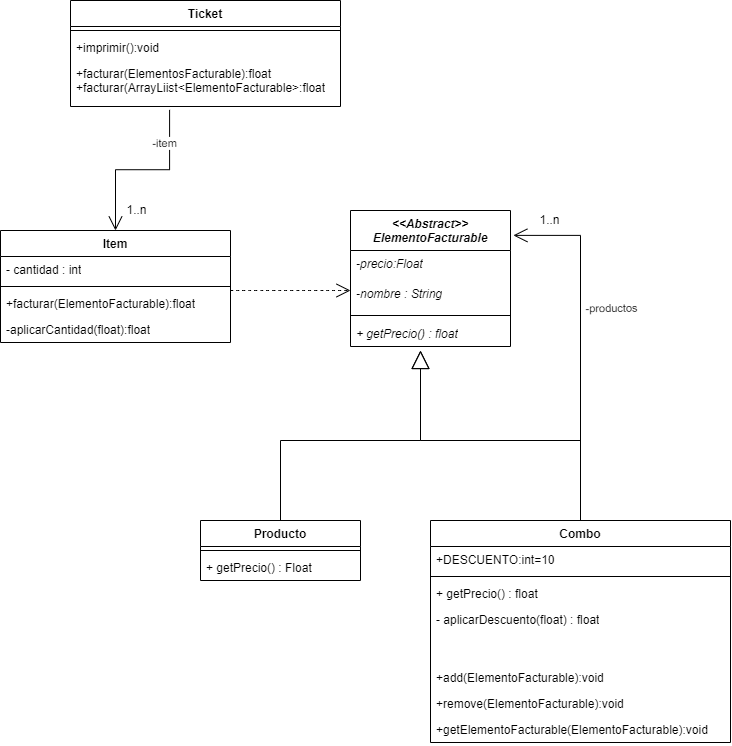
Earlier version of the draw.io export tp4-combos/composite.pr2_tp3-uml .drawio.png (lautaro2034/pr2). Source tidied: cells renumbered, new cells last; positions are measured from the earlier drawing's top-left corner, leaving out a move shared by most shapes. Source of this version:
```xml
<mxGraphModel>
  <root>
    <mxCell id="0" />
    <mxCell id="1" parent="0" />
    <mxCell id="2" value="Producto" style="swimlane;fontStyle=1;align=center;verticalAlign=top;horizontal=1;startSize=26;whiteSpace=wrap;html=1;" parent="1" vertex="1">
      <mxGeometry x="200" y="520" width="160" height="60" as="geometry" />
    </mxCell>
    <mxCell id="3" style="line;strokeWidth=1;fillColor=none;align=left;verticalAlign=middle;spacingTop=-1;spacingLeft=3;spacingRight=3;labelPosition=right;strokeColor=inherit;" parent="2" vertex="1">
      <mxGeometry y="26" width="160" height="8" as="geometry" />
    </mxCell>
    <mxCell id="4" value="+ getPrecio() : Float" style="text;strokeColor=none;fillColor=none;align=left;verticalAlign=top;spacingLeft=4;spacingRight=4;overflow=hidden;whiteSpace=wrap;html=1;" parent="2" vertex="1">
      <mxGeometry y="34" width="160" height="26" as="geometry" />
    </mxCell>
    <mxCell id="5" value="Ticket" style="swimlane;fontStyle=1;align=center;verticalAlign=top;horizontal=1;startSize=26;whiteSpace=wrap;html=1;" parent="1" vertex="1">
      <mxGeometry x="70" width="270" height="106" as="geometry" />
    </mxCell>
    <mxCell id="6" style="line;strokeWidth=1;fillColor=none;align=left;verticalAlign=middle;spacingTop=-1;spacingLeft=3;spacingRight=3;labelPosition=right;strokeColor=inherit;" parent="5" vertex="1">
      <mxGeometry y="26" width="270" height="8" as="geometry" />
    </mxCell>
    <mxCell id="7" value="+imprimir():void" style="text;strokeColor=none;fillColor=none;align=left;verticalAlign=top;spacingLeft=4;spacingRight=4;overflow=hidden;whiteSpace=wrap;html=1;" parent="5" vertex="1">
      <mxGeometry y="34" width="270" height="26" as="geometry" />
    </mxCell>
    <mxCell id="8" value="+facturar(ElementosFacturable):float&lt;span style=&quot;color: rgba(0, 0, 0, 0); font-family: monospace; font-size: 0px; text-wrap: nowrap;&quot;&gt;%3CmxGraphModel%3E%3Croot%3E%3CmxCell%20id%3D%220%22%2F%3E%3CmxCell%20id%3D%221%22%20parent%3D%220%22%2F%3E%3CmxCell%20id%3D%222%22%20value%3D%22%2Badd(Ele%26lt%3Bspan%20style%3D%26quot%3Bcolor%3A%20rgba(0%2C%200%2C%200%2C%200)%3B%20font-family%3A%20monospace%3B%20font-size%3A%200px%3B%20text-wrap%3A%20nowrap%3B%26quot%3B%26gt%3B%253CmxGraphModel%253E%253Croot%253E%253CmxCell%2520id%253D%25220%2522%252F%253E%253CmxCell%2520id%253D%25221%2522%2520parent%253D%25220%2522%252F%253E%253CmxCell%2520id%253D%25222%2522%2520value%253D%2522%252B%2520getPrecio()%2520%253A%2520float%2522%2520style%253D%2522text%253BstrokeColor%253Dnone%253BfillColor%253Dnone%253Balign%253Dleft%253BverticalAlign%253Dtop%253BspacingLeft%253D4%253BspacingRight%253D4%253Boverflow%253Dhidden%253Brotatable%253D0%253Bpoints%253D%255B%255B0%252C0.5%255D%252C%255B1%252C0.5%255D%255D%253BportConstraint%253Deastwest%253BwhiteSpace%253Dwrap%253Bhtml%253D1%253B%2522%2520vertex%253D%25221%2522%2520parent%253D%25221%2522%253E%253CmxGeometry%2520x%253D%2522470%2522%2520y%253D%2522380%2522%2520width%253D%2522200%2522%2520height%253D%252226%2522%2520as%253D%2522geometry%2522%252F%253E%253C%252FmxCell%253E%253C%252Froot%253E%253C%252FmxGraphModel%253E%26lt%3B%2Fspan%26gt%3BmentoFacturable)%3Avoid%26lt%3Bspan%20style%3D%26quot%3Bcolor%3A%20rgba(0%2C%200%2C%200%2C%200)%3B%20font-family%3A%20monospace%3B%20font-size%3A%200px%3B%20text-wrap%3A%20nowrap%3B%26quot%3B%26gt%3B%253CmxGraphModel%253E%253Croot%253E%253CmxCell%2520id%253D%25220%2522%252F%253E%253CmxCell%2520id%253D%25221%2522%2520parent%253D%25220%2522%252F%253E%253CmxCell%2520id%253D%25222%2522%2520value%253D%2522%252B%2520getPrecio()%2520%253A%2520float%2522%2520style%253D%2522text%253BstrokeColor%253Dnone%253BfillColor%253Dnone%253Balign%253Dleft%253BverticalAlign%253Dtop%253BspacingLeft%253D4%253BspacingRight%253D4%253Boverflow%253Dhidden%253Brotatable%253D0%253Bpoints%253D%255B%255B0%252C0.5%255D%252C%255B1%252C0.5%255D%255D%253BportConstraint%253Deastwest%253BwhiteSpace%253Dwrap%253Bhtml%253D1%253B%2522%2520vertex%253D%25221%2522%2520parent%253D%25221%2522%253E%253CmxGeometry%2520x%253D%2522470%2522%2520y%253D%2522380%2522%2520width%253D%2522200%2522%2520height%253D%252226%2522%2520as%253D%2522geometry%2522%252F%253E%253C%252FmxCell%253E%253C%252Froot%253E%253C%252FmxGraphModel%253E%26lt%3B%2Fspan%26gt%3B%22%20style%3D%22text%3BstrokeColor%3Dnone%3BfillColor%3Dnone%3Balign%3Dleft%3BverticalAlign%3Dtop%3BspacingLeft%3D4%3BspacingRight%3D4%3Boverflow%3Dhidden%3Brotatable%3D0%3Bpoints%3D%5B%5B0%2C0.5%5D%2C%5B1%2C0.5%5D%5D%3BportConstraint%3Deastwest%3BwhiteSpace%3Dwrap%3Bhtml%3D1%3B%22%20vertex%3D%221%22%20parent%3D%221%22%3E%3CmxGeometry%20x%3D%22470%22%20y%3D%22464%22%20width%3D%22200%22%20height%3D%2226%22%20as%3D%22geometry%22%2F%3E%3C%2FmxCell%3E%3C%2Froot%3E%3C%2FmxGraphModel%3E&lt;/span&gt;&lt;div&gt;+facturar(ArrayLiist&amp;lt;ElementoFacturable&amp;gt;:float&lt;/div&gt;" style="text;strokeColor=none;fillColor=none;align=left;verticalAlign=top;spacingLeft=4;spacingRight=4;overflow=hidden;points=[[0,0.5],[1,0.5]];portConstraint=eastwest;whiteSpace=wrap;html=1;" parent="5" vertex="1">
      <mxGeometry y="60" width="270" height="46" as="geometry" />
    </mxCell>
    <mxCell id="9" value="Combo" style="swimlane;fontStyle=1;align=center;verticalAlign=top;horizontal=1;startSize=26;whiteSpace=wrap;html=1;" parent="1" vertex="1">
      <mxGeometry x="430" y="520" width="300" height="222" as="geometry" />
    </mxCell>
    <mxCell id="10" value="+DESCUENTO:int=10" style="text;strokeColor=none;fillColor=none;align=left;verticalAlign=top;spacingLeft=4;spacingRight=4;overflow=hidden;whiteSpace=wrap;html=1;" parent="9" vertex="1">
      <mxGeometry y="26" width="300" height="26" as="geometry" />
    </mxCell>
    <mxCell id="11" style="line;strokeWidth=1;fillColor=none;align=left;verticalAlign=middle;spacingTop=-1;spacingLeft=3;spacingRight=3;labelPosition=right;strokeColor=inherit;" parent="9" vertex="1">
      <mxGeometry y="52" width="300" height="8" as="geometry" />
    </mxCell>
    <mxCell id="12" value="+ getPrecio() : float" style="text;strokeColor=none;fillColor=none;align=left;verticalAlign=top;spacingLeft=4;spacingRight=4;overflow=hidden;whiteSpace=wrap;html=1;" parent="9" vertex="1">
      <mxGeometry y="60" width="300" height="26" as="geometry" />
    </mxCell>
    <mxCell id="13" value="- aplicarDescuento(float) : float" style="text;strokeColor=none;fillColor=none;align=left;verticalAlign=top;spacingLeft=4;spacingRight=4;overflow=hidden;whiteSpace=wrap;html=1;" parent="9" vertex="1">
      <mxGeometry y="86" width="300" height="58" as="geometry" />
    </mxCell>
    <mxCell id="14" value="+add(Ele&lt;span style=&quot;color: rgba(0, 0, 0, 0); font-family: monospace; font-size: 0px; text-wrap: nowrap;&quot;&gt;%3CmxGraphModel%3E%3Croot%3E%3CmxCell%20id%3D%220%22%2F%3E%3CmxCell%20id%3D%221%22%20parent%3D%220%22%2F%3E%3CmxCell%20id%3D%222%22%20value%3D%22%2B%20getPrecio()%20%3A%20float%22%20style%3D%22text%3BstrokeColor%3Dnone%3BfillColor%3Dnone%3Balign%3Dleft%3BverticalAlign%3Dtop%3BspacingLeft%3D4%3BspacingRight%3D4%3Boverflow%3Dhidden%3Brotatable%3D0%3Bpoints%3D%5B%5B0%2C0.5%5D%2C%5B1%2C0.5%5D%5D%3BportConstraint%3Deastwest%3BwhiteSpace%3Dwrap%3Bhtml%3D1%3B%22%20vertex%3D%221%22%20parent%3D%221%22%3E%3CmxGeometry%20x%3D%22470%22%20y%3D%22380%22%20width%3D%22200%22%20height%3D%2226%22%20as%3D%22geometry%22%2F%3E%3C%2FmxCell%3E%3C%2Froot%3E%3C%2FmxGraphModel%3E&lt;/span&gt;mentoFacturable):void&lt;span style=&quot;color: rgba(0, 0, 0, 0); font-family: monospace; font-size: 0px; text-wrap: nowrap;&quot;&gt;%3CmxGraphModel%3E%3Croot%3E%3CmxCell%20id%3D%220%22%2F%3E%3CmxCell%20id%3D%221%22%20parent%3D%220%22%2F%3E%3CmxCell%20id%3D%222%22%20value%3D%22%2B%20getPrecio()%20%3A%20float%22%20style%3D%22text%3BstrokeColor%3Dnone%3BfillColor%3Dnone%3Balign%3Dleft%3BverticalAlign%3Dtop%3BspacingLeft%3D4%3BspacingRight%3D4%3Boverflow%3Dhidden%3Brotatable%3D0%3Bpoints%3D%5B%5B0%2C0.5%5D%2C%5B1%2C0.5%5D%5D%3BportConstraint%3Deastwest%3BwhiteSpace%3Dwrap%3Bhtml%3D1%3B%22%20vertex%3D%221%22%20parent%3D%221%22%3E%3CmxGeometry%20x%3D%22470%22%20y%3D%22380%22%20width%3D%22200%22%20height%3D%2226%22%20as%3D%22geometry%22%2F%3E%3C%2FmxCell%3E%3C%2Froot%3E%3C%2FmxGraphModel%3E&lt;/span&gt;" style="text;strokeColor=none;fillColor=none;align=left;verticalAlign=top;spacingLeft=4;spacingRight=4;overflow=hidden;whiteSpace=wrap;html=1;" parent="9" vertex="1">
      <mxGeometry y="144" width="300" height="26" as="geometry" />
    </mxCell>
    <mxCell id="15" value="+remove(ElementoF&lt;span style=&quot;color: rgba(0, 0, 0, 0); font-family: monospace; font-size: 0px; text-wrap: nowrap;&quot;&gt;%3CmxGraphModel%3E%3Croot%3E%3CmxCell%20id%3D%220%22%2F%3E%3CmxCell%20id%3D%221%22%20parent%3D%220%22%2F%3E%3CmxCell%20id%3D%222%22%20value%3D%22%2Badd(Ele%26lt%3Bspan%20style%3D%26quot%3Bcolor%3A%20rgba(0%2C%200%2C%200%2C%200)%3B%20font-family%3A%20monospace%3B%20font-size%3A%200px%3B%20text-wrap%3A%20nowrap%3B%26quot%3B%26gt%3B%253CmxGraphModel%253E%253Croot%253E%253CmxCell%2520id%253D%25220%2522%252F%253E%253CmxCell%2520id%253D%25221%2522%2520parent%253D%25220%2522%252F%253E%253CmxCell%2520id%253D%25222%2522%2520value%253D%2522%252B%2520getPrecio()%2520%253A%2520float%2522%2520style%253D%2522text%253BstrokeColor%253Dnone%253BfillColor%253Dnone%253Balign%253Dleft%253BverticalAlign%253Dtop%253BspacingLeft%253D4%253BspacingRight%253D4%253Boverflow%253Dhidden%253Brotatable%253D0%253Bpoints%253D%255B%255B0%252C0.5%255D%252C%255B1%252C0.5%255D%255D%253BportConstraint%253Deastwest%253BwhiteSpace%253Dwrap%253Bhtml%253D1%253B%2522%2520vertex%253D%25221%2522%2520parent%253D%25221%2522%253E%253CmxGeometry%2520x%253D%2522470%2522%2520y%253D%2522380%2522%2520width%253D%2522200%2522%2520height%253D%252226%2522%2520as%253D%2522geometry%2522%252F%253E%253C%252FmxCell%253E%253C%252Froot%253E%253C%252FmxGraphModel%253E%26lt%3B%2Fspan%26gt%3BmentoFacturable)%3Avoid%26lt%3Bspan%20style%3D%26quot%3Bcolor%3A%20rgba(0%2C%200%2C%200%2C%200)%3B%20font-family%3A%20monospace%3B%20font-size%3A%200px%3B%20text-wrap%3A%20nowrap%3B%26quot%3B%26gt%3B%253CmxGraphModel%253E%253Croot%253E%253CmxCell%2520id%253D%25220%2522%252F%253E%253CmxCell%2520id%253D%25221%2522%2520parent%253D%25220%2522%252F%253E%253CmxCell%2520id%253D%25222%2522%2520value%253D%2522%252B%2520getPrecio()%2520%253A%2520float%2522%2520style%253D%2522text%253BstrokeColor%253Dnone%253BfillColor%253Dnone%253Balign%253Dleft%253BverticalAlign%253Dtop%253BspacingLeft%253D4%253BspacingRight%253D4%253Boverflow%253Dhidden%253Brotatable%253D0%253Bpoints%253D%255B%255B0%252C0.5%255D%252C%255B1%252C0.5%255D%255D%253BportConstraint%253Deastwest%253BwhiteSpace%253Dwrap%253Bhtml%253D1%253B%2522%2520vertex%253D%25221%2522%2520parent%253D%25221%2522%253E%253CmxGeometry%2520x%253D%2522470%2522%2520y%253D%2522380%2522%2520width%253D%2522200%2522%2520height%253D%252226%2522%2520as%253D%2522geometry%2522%252F%253E%253C%252FmxCell%253E%253C%252Froot%253E%253C%252FmxGraphModel%253E%26lt%3B%2Fspan%26gt%3B%22%20style%3D%22text%3BstrokeColor%3Dnone%3BfillColor%3Dnone%3Balign%3Dleft%3BverticalAlign%3Dtop%3BspacingLeft%3D4%3BspacingRight%3D4%3Boverflow%3Dhidden%3Brotatable%3D0%3Bpoints%3D%5B%5B0%2C0.5%5D%2C%5B1%2C0.5%5D%5D%3BportConstraint%3Deastwest%3BwhiteSpace%3Dwrap%3Bhtml%3D1%3B%22%20vertex%3D%221%22%20parent%3D%221%22%3E%3CmxGeometry%20x%3D%22470%22%20y%3D%22464%22%20width%3D%22200%22%20height%3D%2226%22%20as%3D%22geometry%22%2F%3E%3C%2FmxCell%3E%3C%2Froot%3E%3C%2FmxGraphModel%3E&lt;/span&gt;acturable):void" style="text;strokeColor=none;fillColor=none;align=left;verticalAlign=top;spacingLeft=4;spacingRight=4;overflow=hidden;whiteSpace=wrap;html=1;" parent="9" vertex="1">
      <mxGeometry y="170" width="300" height="26" as="geometry" />
    </mxCell>
    <mxCell id="16" value="+getElementoFacturable(ElementoFacturable):void" style="text;strokeColor=none;fillColor=none;align=left;verticalAlign=top;spacingLeft=4;spacingRight=4;overflow=hidden;whiteSpace=wrap;html=1;" parent="9" vertex="1">
      <mxGeometry y="196" width="300" height="26" as="geometry" />
    </mxCell>
    <mxCell id="17" value="&lt;div&gt;&amp;lt;&amp;lt;Abstract&amp;gt;&amp;gt;&lt;/div&gt;ElementoFacturable&lt;div&gt;&lt;br/&gt;&lt;/div&gt;" style="swimlane;fontStyle=3;align=center;verticalAlign=top;horizontal=1;startSize=40;whiteSpace=wrap;html=1;" parent="1" vertex="1">
      <mxGeometry x="350" y="210" width="160" height="136" as="geometry" />
    </mxCell>
    <mxCell id="18" value="-precio:Float" style="text;strokeColor=none;fillColor=none;align=left;verticalAlign=top;spacingLeft=4;spacingRight=4;overflow=hidden;whiteSpace=wrap;html=1;fontStyle=2;" parent="17" vertex="1">
      <mxGeometry y="40" width="160" height="30" as="geometry" />
    </mxCell>
    <mxCell id="19" value="-nombre : String&lt;span style=&quot;color: rgba(0, 0, 0, 0); font-family: monospace; font-size: 0px; font-style: normal; text-wrap: nowrap;&quot;&gt;%3CmxGraphModel%3E%3Croot%3E%3CmxCell%20id%3D%220%22%2F%3E%3CmxCell%20id%3D%221%22%20parent%3D%220%22%2F%3E%3CmxCell%20id%3D%222%22%20value%3D%22%2B%20getPrecio()%20%3A%20double%22%20style%3D%22text%3BstrokeColor%3Dnone%3BfillColor%3Dnone%3Balign%3Dleft%3BverticalAlign%3Dtop%3BspacingLeft%3D4%3BspacingRight%3D4%3Boverflow%3Dhidden%3Brotatable%3D0%3Bpoints%3D%5B%5B0%2C0.5%5D%2C%5B1%2C0.5%5D%5D%3BportConstraint%3Deastwest%3BwhiteSpace%3Dwrap%3Bhtml%3D1%3BfontStyle%3D2%22%20vertex%3D%221%22%20parent%3D%221%22%3E%3CmxGeometry%20x%3D%22400%22%20y%3D%22134%22%20width%3D%22160%22%20height%3D%2226%22%20as%3D%22geometry%22%2F%3E%3C%2FmxCell%3E%3C%2Froot%3E%3C%2FmxGraphModel%3E&lt;/span&gt;" style="text;strokeColor=none;fillColor=none;align=left;verticalAlign=top;spacingLeft=4;spacingRight=4;overflow=hidden;whiteSpace=wrap;html=1;fontStyle=2;" parent="17" vertex="1">
      <mxGeometry y="70" width="160" height="30" as="geometry" />
    </mxCell>
    <mxCell id="20" style="line;strokeWidth=1;fillColor=none;align=left;verticalAlign=middle;spacingTop=-1;spacingLeft=3;spacingRight=3;labelPosition=right;strokeColor=inherit;" parent="17" vertex="1">
      <mxGeometry y="100" width="160" height="10" as="geometry" />
    </mxCell>
    <mxCell id="21" value="+ getPrecio() : float" style="text;strokeColor=none;fillColor=none;align=left;verticalAlign=top;spacingLeft=4;spacingRight=4;overflow=hidden;whiteSpace=wrap;html=1;fontStyle=2;" parent="17" vertex="1">
      <mxGeometry y="110" width="160" height="26" as="geometry" />
    </mxCell>
    <mxCell id="22" value="Item" style="swimlane;fontStyle=1;align=center;verticalAlign=top;horizontal=1;startSize=26;whiteSpace=wrap;html=1;" parent="1" vertex="1">
      <mxGeometry y="230" width="230" height="112" as="geometry" />
    </mxCell>
    <mxCell id="23" value="- cantidad : int" style="text;strokeColor=none;fillColor=none;align=left;verticalAlign=top;spacingLeft=4;spacingRight=4;overflow=hidden;whiteSpace=wrap;html=1;" parent="22" vertex="1">
      <mxGeometry y="26" width="230" height="26" as="geometry" />
    </mxCell>
    <mxCell id="24" style="line;strokeWidth=1;fillColor=none;align=left;verticalAlign=middle;spacingTop=-1;spacingLeft=3;spacingRight=3;labelPosition=right;strokeColor=inherit;" parent="22" vertex="1">
      <mxGeometry y="52" width="230" height="8" as="geometry" />
    </mxCell>
    <mxCell id="25" value="+facturar(ElementoFacturable):float" style="text;strokeColor=none;fillColor=none;align=left;verticalAlign=top;spacingLeft=4;spacingRight=4;overflow=hidden;whiteSpace=wrap;html=1;" parent="22" vertex="1">
      <mxGeometry y="60" width="230" height="26" as="geometry" />
    </mxCell>
    <mxCell id="26" value="-aplicarCantidad(float):float" style="text;strokeColor=none;fillColor=none;align=left;verticalAlign=top;spacingLeft=4;spacingRight=4;overflow=hidden;whiteSpace=wrap;html=1;" parent="22" vertex="1">
      <mxGeometry y="86" width="230" height="26" as="geometry" />
    </mxCell>
    <mxCell id="27" style="endArrow=open;endFill=1;endSize=12;html=1;rounded=0;edgeStyle=elbowEdgeStyle;elbow=vertical;exitX=0.367;exitY=1.073;exitDx=0;exitDy=0;exitPerimeter=0;entryX=0.5;entryY=0;entryDx=0;entryDy=0;" parent="1" edge="1" source="8" target="22">
      <mxGeometry relative="1" as="geometry" />
    </mxCell>
    <mxCell id="28" value="-item" style="edgeLabel;html=1;align=center;verticalAlign=middle;rotation=-1;" parent="27" vertex="1">
      <mxGeometry x="0.22" y="-1" relative="1" as="geometry">
        <mxPoint x="41" y="-26" as="offset" />
      </mxGeometry>
    </mxCell>
    <mxCell id="29" value="1..n" style="edgeLabel;html=1;align=center;verticalAlign=middle;fontSize=12;rotation=0;" parent="27" vertex="1">
      <mxGeometry x="0.76" y="1" relative="1" as="geometry">
        <mxPoint x="19" as="offset" />
      </mxGeometry>
    </mxCell>
    <mxCell id="30" style="endArrow=open;endSize=12;dashed=1;html=1;rounded=0;fontSize=12;curved=1;" parent="1" edge="1">
      <mxGeometry relative="1" as="geometry">
        <mxPoint x="230" y="290" as="sourcePoint" />
        <mxPoint x="350" y="290" as="targetPoint" />
      </mxGeometry>
    </mxCell>
    <mxCell id="31" style="endArrow=block;endSize=16;endFill=0;html=1;rounded=0;fontSize=12;edgeStyle=elbowEdgeStyle;elbow=vertical;exitX=0.5;exitY=0;exitDx=0;exitDy=0;" parent="1" edge="1" source="9">
      <mxGeometry relative="1" as="geometry">
        <mxPoint x="420" y="350" as="targetPoint" />
        <Array as="points">
          <mxPoint x="470" y="440" />
        </Array>
      </mxGeometry>
    </mxCell>
    <mxCell id="32" style="endArrow=block;endSize=16;endFill=0;html=1;rounded=0;fontSize=12;edgeStyle=elbowEdgeStyle;elbow=vertical;" parent="1" edge="1">
      <mxGeometry relative="1" as="geometry">
        <mxPoint x="280" y="520" as="sourcePoint" />
        <mxPoint x="420" y="350" as="targetPoint" />
        <Array as="points">
          <mxPoint x="350" y="440" />
        </Array>
      </mxGeometry>
    </mxCell>
    <mxCell id="33" style="endArrow=open;endFill=1;endSize=12;html=1;rounded=0;edgeStyle=elbowEdgeStyle;exitX=0.75;exitY=0;exitDx=0;exitDy=0;entryX=1.018;entryY=0.183;entryDx=0;entryDy=0;entryPerimeter=0;" parent="1" edge="1" source="9" target="17">
      <mxGeometry relative="1" as="geometry">
        <Array as="points">
          <mxPoint x="580" y="390" />
        </Array>
      </mxGeometry>
    </mxCell>
    <mxCell id="34" value="-productos" style="edgeLabel;html=1;align=center;verticalAlign=middle;rotation=-1;" parent="33" vertex="1">
      <mxGeometry x="0.22" y="-1" relative="1" as="geometry">
        <mxPoint x="29" y="-26" as="offset" />
      </mxGeometry>
    </mxCell>
    <mxCell id="35" value="1..n" style="edgeLabel;html=1;align=center;verticalAlign=middle;fontSize=12;rotation=0;" parent="33" vertex="1">
      <mxGeometry x="0.76" y="1" relative="1" as="geometry">
        <mxPoint x="-15" y="-16" as="offset" />
      </mxGeometry>
    </mxCell>
  </root>
</mxGraphModel>
```
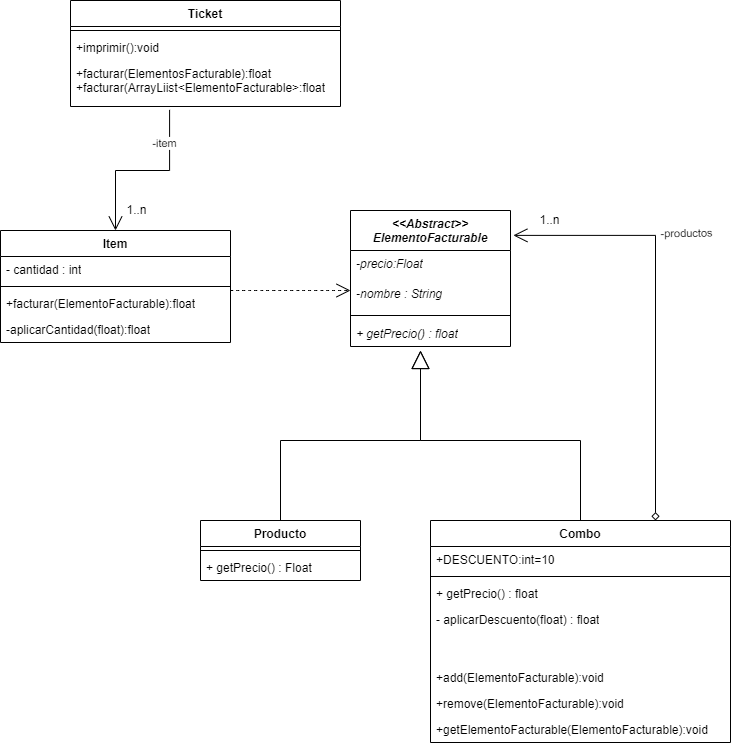
The same diagram one commit later.

Diff of the diagram source:
```diff
@@ -113,10 +113,10 @@
         </Array>
       </mxGeometry>
     </mxCell>
-    <mxCell id="33" style="endArrow=open;endFill=1;endSize=12;html=1;rounded=0;edgeStyle=elbowEdgeStyle;exitX=0.75;exitY=0;exitDx=0;exitDy=0;entryX=1.018;entryY=0.183;entryDx=0;entryDy=0;entryPerimeter=0;" parent="1" edge="1" source="9" target="17">
+    <mxCell id="33" style="endArrow=open;endFill=1;endSize=12;html=1;rounded=0;edgeStyle=elbowEdgeStyle;exitX=0.75;exitY=0;exitDx=0;exitDy=0;entryX=1.018;entryY=0.183;entryDx=0;entryDy=0;entryPerimeter=0;curved=0;sourcePerimeterSpacing=7;startArrow=diamond;startFill=0;" parent="1" edge="1" source="9" target="17">
       <mxGeometry relative="1" as="geometry">
         <Array as="points">
-          <mxPoint x="580" y="390" />
+          <mxPoint x="655" y="370" />
         </Array>
       </mxGeometry>
     </mxCell>
```
